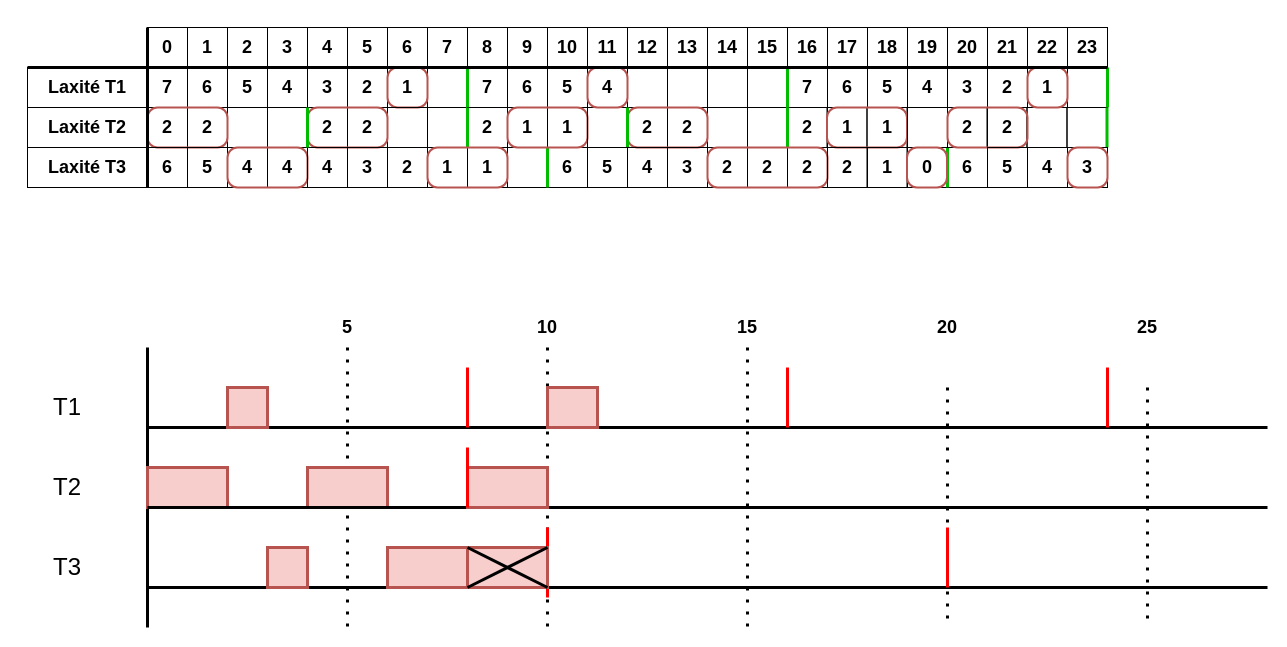
Before: page "td2_ex4_llf" (8 of 10) of TPs_scheduling/diagrammes.drawio in FlorianLatapie/PNS-SI4-S8_Capteurs_actionneurs_-_IA, a draw.io diagram. Source tidied: cells renumbered, new cells numbered last; positions are measured from the earlier drawing's top-left corner, leaving out a move shared by most shapes. Both pictures are drawn from the tidied source at 100%, with x=0, y=0 at pixel (27, 27).
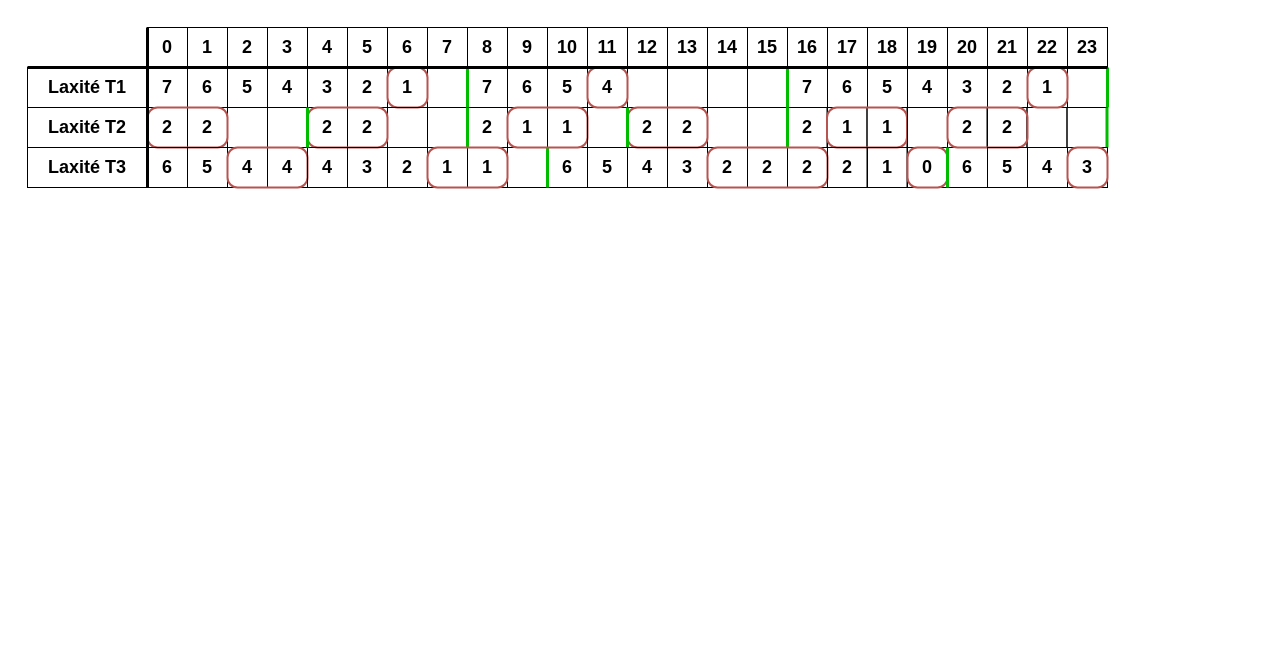
The same diagram, later.

Unchanged cells that the change refers to:
```xml
<mxCell id="86" value="&lt;h2&gt;0&lt;/h2&gt;" style="text;html=1;strokeColor=default;fillColor=none;align=center;verticalAlign=middle;whiteSpace=wrap;rounded=0;strokeWidth=1;" parent="1" vertex="1">
  <mxGeometry x="880" y="120" width="40" height="40" as="geometry" />
</mxCell>
```

Change to the diagram source:
```diff
@@
+    <mxCell id="162" style="rounded=0;whiteSpace=wrap;html=1;" parent="1" vertex="1">
+      <mxGeometry x="120" width="960" height="40" as="geometry" />
+    </mxCell>
+    <mxCell id="163" style="rounded=0;whiteSpace=wrap;html=1;" parent="1" vertex="1">
+      <mxGeometry y="40" width="1080" height="120" as="geometry" />
+    </mxCell>
+    <mxCell id="164" style="rounded=0;whiteSpace=wrap;html=1;fillColor=none;strokeColor=none;" parent="1" vertex="1">
+      <mxGeometry x="-10" y="-10" width="1100" height="180" as="geometry" />
+    </mxCell>
@@
-    <mxCell id="88" style="endArrow=none;html=1;rounded=0;fillColor=#008a00;strokeColor=#00bd00;strokeWidth=3;entryX=1;entryY=0;entryDx=0;entryDy=0;exitX=1;exitY=1;exitDx=0;exitDy=0;" parent="1" edge="1" source="86" target="86">
-      <mxGeometry relative="1" as="geometry" />
-    </mxCell>
@@
     <mxCell id="126" style="rounded=1;whiteSpace=wrap;html=1;strokeColor=#b85450;strokeWidth=2;fillColor=none;absoluteArcSize=1;" parent="1" vertex="1">
-      <mxGeometry x="879.5" y="120" width="40" height="40" as="geometry" />
+      <mxGeometry x="880" y="120" width="40" height="40" as="geometry" />
     </mxCell>
@@
-    <mxCell id="129" style="endArrow=none;dashed=1;html=1;dashPattern=1 3;strokeWidth=3;rounded=0;exitX=0.5;exitY=1;exitDx=0;exitDy=0;" parent="1" edge="1" source="136">
-      <mxGeometry relative="1" as="geometry">
-        <mxPoint x="320" y="600" as="targetPoint" />
-      </mxGeometry>
-    </mxCell>
-    <mxCell id="130" value="&lt;h1&gt;&lt;span style=&quot;font-weight: normal;&quot;&gt;T1&lt;/span&gt;&lt;/h1&gt;" style="text;html=1;strokeColor=none;fillColor=none;align=center;verticalAlign=middle;whiteSpace=wrap;rounded=0;" parent="1" vertex="1">
-      <mxGeometry y="360" width="80" height="40" as="geometry" />
-    </mxCell>
-    <mxCell id="131" value="&lt;h1&gt;&lt;span style=&quot;font-weight: normal;&quot;&gt;T2&lt;/span&gt;&lt;/h1&gt;" style="text;html=1;strokeColor=none;fillColor=none;align=center;verticalAlign=middle;whiteSpace=wrap;rounded=0;" parent="1" vertex="1">
-      <mxGeometry y="440" width="80" height="40" as="geometry" />
-    </mxCell>
-    <mxCell id="132" style="endArrow=none;html=1;rounded=0;strokeWidth=3;" parent="1" edge="1">
-      <mxGeometry relative="1" as="geometry">
-        <mxPoint x="120" y="600" as="sourcePoint" />
-        <mxPoint x="120" y="320" as="targetPoint" />
-      </mxGeometry>
-    </mxCell>
-    <mxCell id="133" style="endArrow=none;dashed=1;html=1;dashPattern=1 3;strokeWidth=3;rounded=0;exitX=0.5;exitY=1;exitDx=0;exitDy=0;" parent="1" edge="1" source="137">
-      <mxGeometry relative="1" as="geometry">
-        <mxPoint x="520" y="600" as="targetPoint" />
-      </mxGeometry>
-    </mxCell>
-    <mxCell id="134" style="endArrow=none;dashed=1;html=1;dashPattern=1 3;strokeWidth=3;rounded=0;exitX=0.5;exitY=1;exitDx=0;exitDy=0;" parent="1" edge="1" source="138">
-      <mxGeometry relative="1" as="geometry">
-        <mxPoint x="720" y="600" as="targetPoint" />
-      </mxGeometry>
-    </mxCell>
-    <mxCell id="135" style="endArrow=none;dashed=1;html=1;dashPattern=1 3;strokeWidth=3;rounded=0;" parent="1" edge="1">
-      <mxGeometry relative="1" as="geometry">
-        <mxPoint x="920" y="360" as="sourcePoint" />
-        <mxPoint x="920" y="600" as="targetPoint" />
-      </mxGeometry>
-    </mxCell>
-    <mxCell id="136" value="&lt;h2&gt;5&lt;/h2&gt;" style="text;html=1;strokeColor=none;fillColor=none;align=center;verticalAlign=middle;whiteSpace=wrap;rounded=0;" parent="1" vertex="1">
-      <mxGeometry x="280" y="280" width="80" height="40" as="geometry" />
-    </mxCell>
-    <mxCell id="137" value="&lt;h2&gt;10&lt;/h2&gt;" style="text;html=1;strokeColor=none;fillColor=none;align=center;verticalAlign=middle;whiteSpace=wrap;rounded=0;" parent="1" vertex="1">
-      <mxGeometry x="480" y="280" width="80" height="40" as="geometry" />
-    </mxCell>
-    <mxCell id="138" value="&lt;h2&gt;15&lt;/h2&gt;" style="text;html=1;strokeColor=none;fillColor=none;align=center;verticalAlign=middle;whiteSpace=wrap;rounded=0;" parent="1" vertex="1">
-      <mxGeometry x="680" y="280" width="80" height="40" as="geometry" />
-    </mxCell>
-    <mxCell id="139" value="&lt;h2&gt;20&lt;/h2&gt;" style="text;html=1;strokeColor=none;fillColor=none;align=center;verticalAlign=middle;whiteSpace=wrap;rounded=0;" parent="1" vertex="1">
-      <mxGeometry x="880" y="280" width="80" height="40" as="geometry" />
-    </mxCell>
-    <mxCell id="140" style="endArrow=none;dashed=1;html=1;dashPattern=1 3;strokeWidth=3;rounded=0;" parent="1" edge="1">
-      <mxGeometry relative="1" as="geometry">
-        <mxPoint x="1120" y="360" as="sourcePoint" />
-        <mxPoint x="1120" y="600" as="targetPoint" />
-      </mxGeometry>
-    </mxCell>
-    <mxCell id="141" value="&lt;h2&gt;25&lt;/h2&gt;" style="text;html=1;strokeColor=none;fillColor=none;align=center;verticalAlign=middle;whiteSpace=wrap;rounded=0;" parent="1" vertex="1">
-      <mxGeometry x="1080" y="280" width="80" height="40" as="geometry" />
-    </mxCell>
-    <mxCell id="142" style="rounded=0;whiteSpace=wrap;html=1;strokeWidth=3;fillColor=#f8cecc;strokeColor=#b85450;" parent="1" vertex="1">
-      <mxGeometry x="120" y="440" width="80" height="40" as="geometry" />
-    </mxCell>
-    <mxCell id="143" style="endArrow=none;html=1;rounded=0;strokeWidth=3;" parent="1" edge="1">
-      <mxGeometry relative="1" as="geometry">
-        <mxPoint x="120" y="400" as="sourcePoint" />
-        <mxPoint x="1240" y="400" as="targetPoint" />
-      </mxGeometry>
-    </mxCell>
-    <mxCell id="144" style="endArrow=none;html=1;rounded=0;strokeWidth=3;" parent="1" edge="1">
-      <mxGeometry relative="1" as="geometry">
-        <mxPoint x="120" y="560" as="sourcePoint" />
-        <mxPoint x="1240" y="560" as="targetPoint" />
-      </mxGeometry>
-    </mxCell>
-    <mxCell id="145" style="endArrow=none;html=1;rounded=0;strokeWidth=3;fillColor=#f8cecc;strokeColor=#FF0000;" parent="1" edge="1">
-      <mxGeometry relative="1" as="geometry">
-        <mxPoint x="760" y="400" as="sourcePoint" />
-        <mxPoint x="760" y="340" as="targetPoint" />
-      </mxGeometry>
-    </mxCell>
-    <mxCell id="146" style="endArrow=none;html=1;rounded=0;strokeWidth=3;fillColor=#f8cecc;strokeColor=#FF0000;" parent="1" edge="1">
-      <mxGeometry relative="1" as="geometry">
-        <mxPoint x="1080" y="400" as="sourcePoint" />
-        <mxPoint x="1080" y="340" as="targetPoint" />
-      </mxGeometry>
-    </mxCell>
-    <mxCell id="147" style="endArrow=none;html=1;rounded=0;strokeWidth=3;fillColor=#f8cecc;strokeColor=#FF0000;" parent="1" edge="1">
-      <mxGeometry relative="1" as="geometry">
-        <mxPoint x="520" y="570" as="sourcePoint" />
-        <mxPoint x="520" y="500" as="targetPoint" />
-      </mxGeometry>
-    </mxCell>
-    <mxCell id="148" style="rounded=0;whiteSpace=wrap;html=1;strokeWidth=3;fillColor=#f8cecc;strokeColor=#b85450;" parent="1" vertex="1">
-      <mxGeometry x="240" y="520" width="40" height="40" as="geometry" />
-    </mxCell>
-    <mxCell id="149" style="endArrow=none;html=1;rounded=0;strokeWidth=3;fillColor=#f8cecc;strokeColor=#FF0000;" parent="1" edge="1">
-      <mxGeometry relative="1" as="geometry">
-        <mxPoint x="440" y="400" as="sourcePoint" />
-        <mxPoint x="440" y="340" as="targetPoint" />
-      </mxGeometry>
-    </mxCell>
-    <mxCell id="150" style="endArrow=none;html=1;rounded=0;strokeWidth=3;fillColor=#f8cecc;strokeColor=#FF0000;" parent="1" edge="1">
-      <mxGeometry relative="1" as="geometry">
-        <mxPoint x="920" y="560" as="sourcePoint" />
-        <mxPoint x="920" y="500" as="targetPoint" />
-      </mxGeometry>
-    </mxCell>
-    <mxCell id="151" style="rounded=0;whiteSpace=wrap;html=1;strokeWidth=3;fillColor=#f8cecc;strokeColor=#b85450;" parent="1" vertex="1">
-      <mxGeometry x="280" y="440" width="80" height="40" as="geometry" />
-    </mxCell>
-    <mxCell id="152" style="endArrow=none;html=1;rounded=0;strokeWidth=3;" parent="1" edge="1">
-      <mxGeometry relative="1" as="geometry">
-        <mxPoint x="120" y="480" as="sourcePoint" />
-        <mxPoint x="1240" y="480" as="targetPoint" />
-      </mxGeometry>
-    </mxCell>
-    <mxCell id="153" style="rounded=0;whiteSpace=wrap;html=1;strokeWidth=3;fillColor=#f8cecc;strokeColor=#b85450;" parent="1" vertex="1">
-      <mxGeometry x="200" y="360" width="40" height="40" as="geometry" />
-    </mxCell>
-    <mxCell id="154" value="&lt;h1&gt;&lt;span style=&quot;font-weight: normal;&quot;&gt;T3&lt;/span&gt;&lt;/h1&gt;" style="text;html=1;strokeColor=none;fillColor=none;align=center;verticalAlign=middle;whiteSpace=wrap;rounded=0;" parent="1" vertex="1">
-      <mxGeometry y="520" width="80" height="40" as="geometry" />
-    </mxCell>
-    <mxCell id="155" style="rounded=0;whiteSpace=wrap;html=1;strokeWidth=3;fillColor=#f8cecc;strokeColor=#b85450;" parent="1" vertex="1">
-      <mxGeometry x="360" y="520" width="80" height="40" as="geometry" />
-    </mxCell>
-    <mxCell id="156" style="rounded=0;whiteSpace=wrap;html=1;strokeWidth=3;fillColor=#f8cecc;strokeColor=#b85450;" parent="1" vertex="1">
-      <mxGeometry x="440" y="440" width="80" height="40" as="geometry" />
-    </mxCell>
-    <mxCell id="157" style="rounded=0;whiteSpace=wrap;html=1;strokeWidth=3;fillColor=#f8cecc;strokeColor=#b85450;" parent="1" vertex="1">
-      <mxGeometry x="520" y="360" width="50" height="40" as="geometry" />
-    </mxCell>
-    <mxCell id="158" style="endArrow=none;html=1;rounded=0;strokeWidth=3;fillColor=#f8cecc;strokeColor=#FF0000;entryX=0;entryY=0;entryDx=0;entryDy=0;exitX=0;exitY=1;exitDx=0;exitDy=0;" parent="1" edge="1" source="156" target="156">
-      <mxGeometry relative="1" as="geometry">
-        <Array as="points">
-          <mxPoint x="440" y="420" />
-        </Array>
-      </mxGeometry>
-    </mxCell>
-    <mxCell id="159" style="rounded=0;whiteSpace=wrap;html=1;strokeWidth=3;fillColor=#f8cecc;strokeColor=#b85450;" parent="1" vertex="1">
-      <mxGeometry x="440" y="520" width="80" height="40" as="geometry" />
-    </mxCell>
-    <mxCell id="160" style="rounded=0;orthogonalLoop=1;jettySize=auto;html=1;exitX=0;exitY=1;exitDx=0;exitDy=0;entryX=1;entryY=0;entryDx=0;entryDy=0;strokeColor=#000000;strokeWidth=3;endArrow=none;endFill=0;" parent="1" edge="1" source="159" target="159">
-      <mxGeometry relative="1" as="geometry" />
-    </mxCell>
-    <mxCell id="161" style="rounded=0;orthogonalLoop=1;jettySize=auto;html=1;exitX=0;exitY=0;exitDx=0;exitDy=0;entryX=1;entryY=1;entryDx=0;entryDy=0;strokeColor=#000000;strokeWidth=3;endArrow=none;endFill=0;" parent="1" edge="1" source="159" target="159">
-      <mxGeometry relative="1" as="geometry" />
-    </mxCell>
+    <mxCell id="88" style="endArrow=none;html=1;rounded=0;fillColor=#008a00;strokeColor=#00bd00;strokeWidth=3;entryX=1;entryY=0;entryDx=0;entryDy=0;exitX=1;exitY=1;exitDx=0;exitDy=0;" parent="1" edge="1" source="86" target="86">
+      <mxGeometry relative="1" as="geometry" />
+    </mxCell>
```
